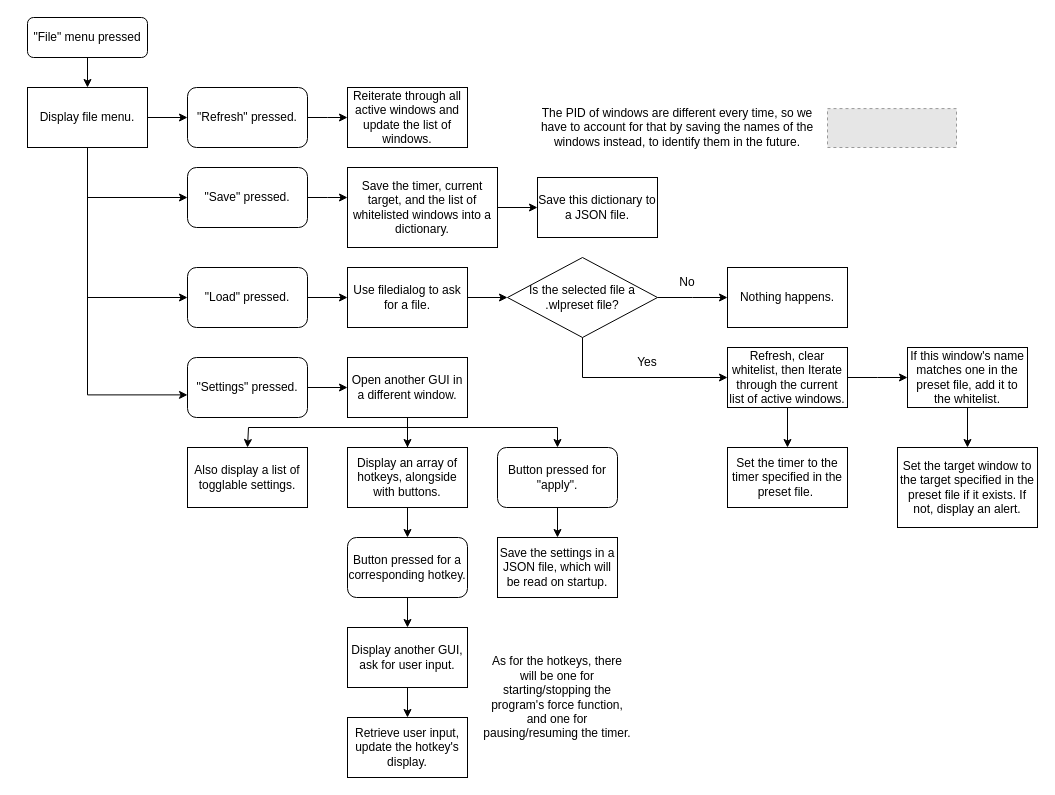
Above: 91906-907 Flowchart Iteration 3.drawio in OveralZ/AS916-907 (draw.io), before the change. Source tidied: cells renumbered, new cells numbered last; positions are measured from the earlier drawing's top-left corner, leaving out a move shared by most shapes. Both pictures are drawn from the tidied source at 100%, with x=0, y=0 at pixel (27, 17). Pictures stored in the file or linked from it are replaced by grey dashed boxes.
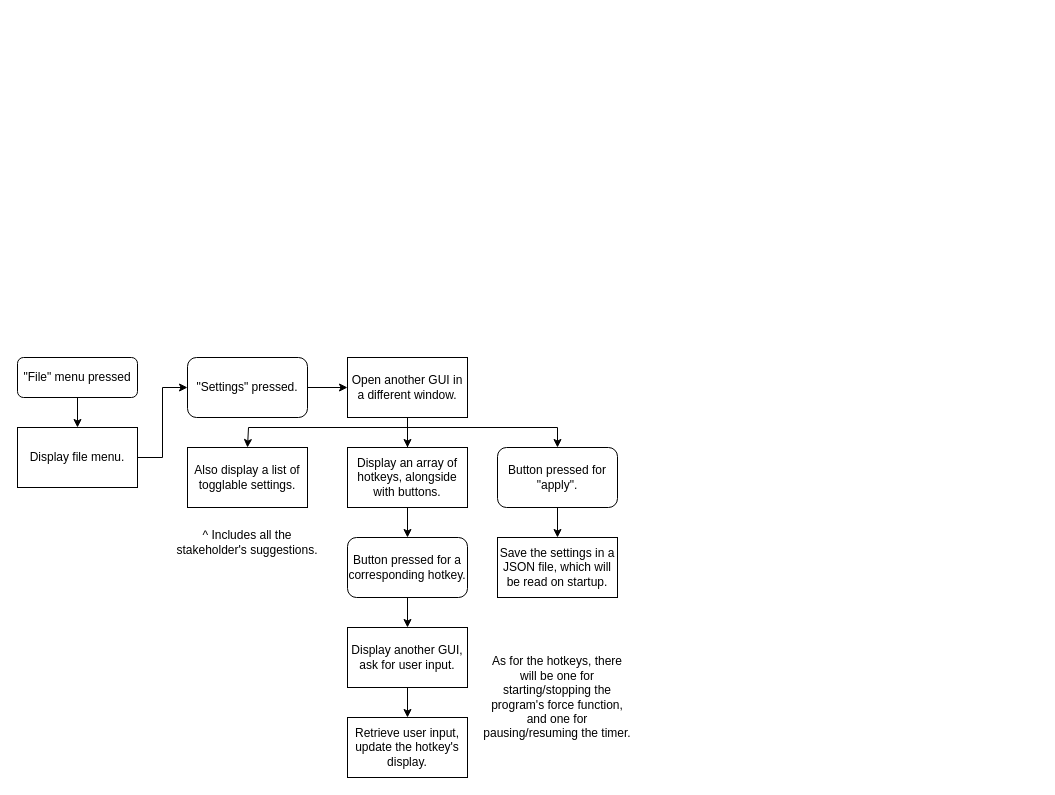
The same diagram, later.

Commit message:
Updated to the iteration 4 flowchart.

The change refers to these unchanged cells:
```xml
<mxCell id="37" value="&quot;Settings&quot; pressed." style="rounded=1;whiteSpace=wrap;html=1;" parent="1" vertex="1">
  <mxGeometry x="160" y="340" width="120" height="60" as="geometry" />
</mxCell>
```

Diff of the diagram source:
```diff
@@
     <mxCell id="3" value="&quot;File&quot; menu pressed" style="rounded=1;whiteSpace=wrap;html=1;fontSize=12;glass=0;strokeWidth=1;shadow=0;" parent="1" vertex="1">
-      <mxGeometry width="120" height="40" as="geometry" />
+      <mxGeometry x="-10" y="340" width="120" height="40" as="geometry" />
     </mxCell>
-    <mxCell id="4" style="edgeStyle=orthogonalEdgeStyle;rounded=0;jettySize=auto;html=1;exitX=1;exitY=0.5;exitDx=0;exitDy=0;entryX=0;entryY=0.5;entryDx=0;entryDy=0;" parent="1" edge="1" source="8" target="10">
-      <mxGeometry relative="1" as="geometry" />
-    </mxCell>
-    <mxCell id="5" style="edgeStyle=orthogonalEdgeStyle;rounded=0;jettySize=auto;html=1;exitX=0.5;exitY=1;exitDx=0;exitDy=0;entryX=0;entryY=0.5;entryDx=0;entryDy=0;" parent="1" edge="1" source="8" target="13">
-      <mxGeometry relative="1" as="geometry" />
-    </mxCell>
-    <mxCell id="6" style="edgeStyle=orthogonalEdgeStyle;rounded=0;jettySize=auto;html=1;entryX=0;entryY=0.5;entryDx=0;entryDy=0;exitX=0.5;exitY=1;exitDx=0;exitDy=0;" parent="1" edge="1" source="8" target="20">
-      <mxGeometry relative="1" as="geometry" />
-    </mxCell>
-    <mxCell id="7" style="edgeStyle=orthogonalEdgeStyle;rounded=0;jettySize=auto;html=1;exitX=0.5;exitY=1;exitDx=0;exitDy=0;entryX=0;entryY=0.623;entryDx=0;entryDy=0;entryPerimeter=0;" parent="1" edge="1" source="8" target="37">
+    <mxCell id="7" style="edgeStyle=orthogonalEdgeStyle;rounded=0;jettySize=auto;html=1;exitX=1;exitY=0.5;exitDx=0;exitDy=0;entryX=0;entryY=0.5;entryDx=0;entryDy=0;" parent="1" edge="1" source="8" target="37">
       <mxGeometry relative="1" as="geometry" />
     </mxCell>
     <mxCell id="8" value="Display file menu." style="rounded=0;whiteSpace=wrap;html=1;" parent="1" vertex="1">
-      <mxGeometry y="70" width="120" height="60" as="geometry" />
+      <mxGeometry x="-10" y="410" width="120" height="60" as="geometry" />
     </mxCell>
-    <mxCell id="9" style="edgeStyle=orthogonalEdgeStyle;rounded=0;jettySize=auto;html=1;exitX=1;exitY=0.5;exitDx=0;exitDy=0;" parent="1" edge="1" source="10">
-      <mxGeometry relative="1" as="geometry">
-        <mxPoint x="320" y="100" as="targetPoint" />
-      </mxGeometry>
-    </mxCell>
-    <mxCell id="10" value="&quot;Refresh&quot; pressed." style="rounded=1;whiteSpace=wrap;html=1;" parent="1" vertex="1">
-      <mxGeometry x="160" y="70" width="120" height="60" as="geometry" />
-    </mxCell>
-    <mxCell id="11" value="Reiterate through all active windows and update the list of windows." style="rounded=0;whiteSpace=wrap;html=1;" parent="1" vertex="1">
-      <mxGeometry x="320" y="70" width="120" height="60" as="geometry" />
-    </mxCell>
-    <mxCell id="12" style="edgeStyle=orthogonalEdgeStyle;rounded=0;jettySize=auto;html=1;exitX=1;exitY=0.5;exitDx=0;exitDy=0;" parent="1" edge="1" source="13">
-      <mxGeometry relative="1" as="geometry">
-        <mxPoint x="320" y="180" as="targetPoint" />
-      </mxGeometry>
-    </mxCell>
-    <mxCell id="13" value="&quot;Save&quot; pressed." style="rounded=1;whiteSpace=wrap;html=1;" parent="1" vertex="1">
-      <mxGeometry x="160" y="150" width="120" height="60" as="geometry" />
-    </mxCell>
-    <mxCell id="14" style="edgeStyle=orthogonalEdgeStyle;rounded=0;jettySize=auto;html=1;exitX=1;exitY=0.5;exitDx=0;exitDy=0;entryX=0;entryY=0.5;entryDx=0;entryDy=0;" parent="1" edge="1" source="15" target="16">
-      <mxGeometry relative="1" as="geometry" />
-    </mxCell>
-    <mxCell id="15" value="Save the timer, current target, and the list of whitelisted windows into a dictionary." style="rounded=0;whiteSpace=wrap;html=1;" parent="1" vertex="1">
-      <mxGeometry x="320" y="150" width="150" height="80" as="geometry" />
-    </mxCell>
-    <mxCell id="16" value="Save this dictionary to a JSON file." style="rounded=0;whiteSpace=wrap;html=1;" parent="1" vertex="1">
-      <mxGeometry x="510" y="160" width="120" height="60" as="geometry" />
-    </mxCell>
-    <mxCell id="17" value="The PID of windows are different every time, so we have to account for that by saving the names of the windows instead, to identify them in the future." style="text;html=1;strokeColor=none;fillColor=none;align=center;verticalAlign=middle;whiteSpace=wrap;rounded=0;" parent="1" vertex="1">
-      <mxGeometry x="500" y="80" width="300" height="60" as="geometry" />
-    </mxCell>
-    <mxCell id="18" style="fillColor=#E6E6E6;strokeColor=#999999;dashed=1;verticalLabelPosition=bottom;labelBackgroundColor=default;verticalAlign=top;" parent="1" vertex="1">
-      <mxGeometry x="800" y="91.1" width="129" height="38.9" as="geometry" />
-    </mxCell>
-    <mxCell id="19" style="edgeStyle=orthogonalEdgeStyle;rounded=0;jettySize=auto;html=1;exitX=1;exitY=0.5;exitDx=0;exitDy=0;entryX=0;entryY=0.5;entryDx=0;entryDy=0;" parent="1" edge="1" source="20" target="22">
-      <mxGeometry relative="1" as="geometry" />
-    </mxCell>
-    <mxCell id="20" value="&quot;Load&quot; pressed." style="rounded=1;whiteSpace=wrap;html=1;" parent="1" vertex="1">
-      <mxGeometry x="160" y="250" width="120" height="60" as="geometry" />
-    </mxCell>
-    <mxCell id="21" style="edgeStyle=orthogonalEdgeStyle;rounded=0;jettySize=auto;html=1;exitX=1;exitY=0.5;exitDx=0;exitDy=0;entryX=0;entryY=0.5;entryDx=0;entryDy=0;" parent="1" edge="1" source="22" target="25">
-      <mxGeometry relative="1" as="geometry" />
-    </mxCell>
-    <mxCell id="22" value="Use filedialog to ask for a file." style="rounded=0;whiteSpace=wrap;html=1;" parent="1" vertex="1">
-      <mxGeometry x="320" y="250" width="120" height="60" as="geometry" />
-    </mxCell>
-    <mxCell id="23" style="edgeStyle=orthogonalEdgeStyle;rounded=0;jettySize=auto;html=1;exitX=1;exitY=0.5;exitDx=0;exitDy=0;" parent="1" edge="1" source="25">
-      <mxGeometry relative="1" as="geometry">
-        <mxPoint x="700" y="280" as="targetPoint" />
-      </mxGeometry>
-    </mxCell>
-    <mxCell id="24" style="edgeStyle=orthogonalEdgeStyle;rounded=0;jettySize=auto;html=1;exitX=0.5;exitY=1;exitDx=0;exitDy=0;entryX=0;entryY=0.5;entryDx=0;entryDy=0;" parent="1" edge="1" source="25" target="30">
-      <mxGeometry relative="1" as="geometry" />
-    </mxCell>
-    <mxCell id="25" value="Is the selected file a .wlpreset file?" style="rhombus;whiteSpace=wrap;html=1;" parent="1" vertex="1">
-      <mxGeometry x="480" y="240" width="150" height="80" as="geometry" />
-    </mxCell>
-    <mxCell id="26" value="No" style="text;html=1;strokeColor=none;fillColor=none;align=center;verticalAlign=middle;whiteSpace=wrap;rounded=0;" parent="1" vertex="1">
-      <mxGeometry x="630" y="250" width="60" height="30" as="geometry" />
-    </mxCell>
-    <mxCell id="27" value="Nothing happens." style="rounded=0;whiteSpace=wrap;html=1;" parent="1" vertex="1">
-      <mxGeometry x="700" y="250" width="120" height="60" as="geometry" />
-    </mxCell>
-    <mxCell id="28" style="edgeStyle=orthogonalEdgeStyle;rounded=0;jettySize=auto;html=1;exitX=1;exitY=0.5;exitDx=0;exitDy=0;" parent="1" edge="1" source="30">
-      <mxGeometry relative="1" as="geometry">
-        <mxPoint x="880" y="360" as="targetPoint" />
-      </mxGeometry>
-    </mxCell>
-    <mxCell id="29" style="edgeStyle=orthogonalEdgeStyle;rounded=0;jettySize=auto;html=1;" parent="1" edge="1" source="30" target="34">
-      <mxGeometry relative="1" as="geometry" />
-    </mxCell>
-    <mxCell id="30" value="Refresh, clear whitelist, then Iterate through the current list of active windows." style="rounded=0;whiteSpace=wrap;html=1;" parent="1" vertex="1">
-      <mxGeometry x="700" y="330" width="120" height="60" as="geometry" />
-    </mxCell>
-    <mxCell id="31" style="edgeStyle=orthogonalEdgeStyle;rounded=0;jettySize=auto;html=1;" parent="1" edge="1" source="32" target="35">
-      <mxGeometry relative="1" as="geometry" />
-    </mxCell>
-    <mxCell id="32" value="If this window's name matches one in the preset file, add it to the whitelist." style="rounded=0;whiteSpace=wrap;html=1;" parent="1" vertex="1">
-      <mxGeometry x="880" y="330" width="120" height="60" as="geometry" />
-    </mxCell>
-    <mxCell id="33" value="Yes" style="text;html=1;strokeColor=none;fillColor=none;align=center;verticalAlign=middle;whiteSpace=wrap;rounded=0;" parent="1" vertex="1">
-      <mxGeometry x="590" y="330" width="60" height="30" as="geometry" />
-    </mxCell>
-    <mxCell id="34" value="Set the timer to the timer specified in the preset file.&amp;nbsp;" style="whiteSpace=wrap;html=1;rounded=0;" parent="1" vertex="1">
-      <mxGeometry x="700" y="430" width="120" height="60" as="geometry" />
-    </mxCell>
-    <mxCell id="35" value="Set the target window to the target specified in the preset file if it exists. If not, display an alert." style="whiteSpace=wrap;html=1;rounded=0;" parent="1" vertex="1">
-      <mxGeometry x="870" y="430" width="140" height="80" as="geometry" />
-    </mxCell>
@@
+    <mxCell id="54" value="^ Includes all the stakeholder's suggestions." style="text;html=1;strokeColor=none;fillColor=none;align=center;verticalAlign=middle;whiteSpace=wrap;rounded=0;" parent="1" vertex="1">
+      <mxGeometry x="140" y="500" width="160" height="50" as="geometry" />
+    </mxCell>
```
